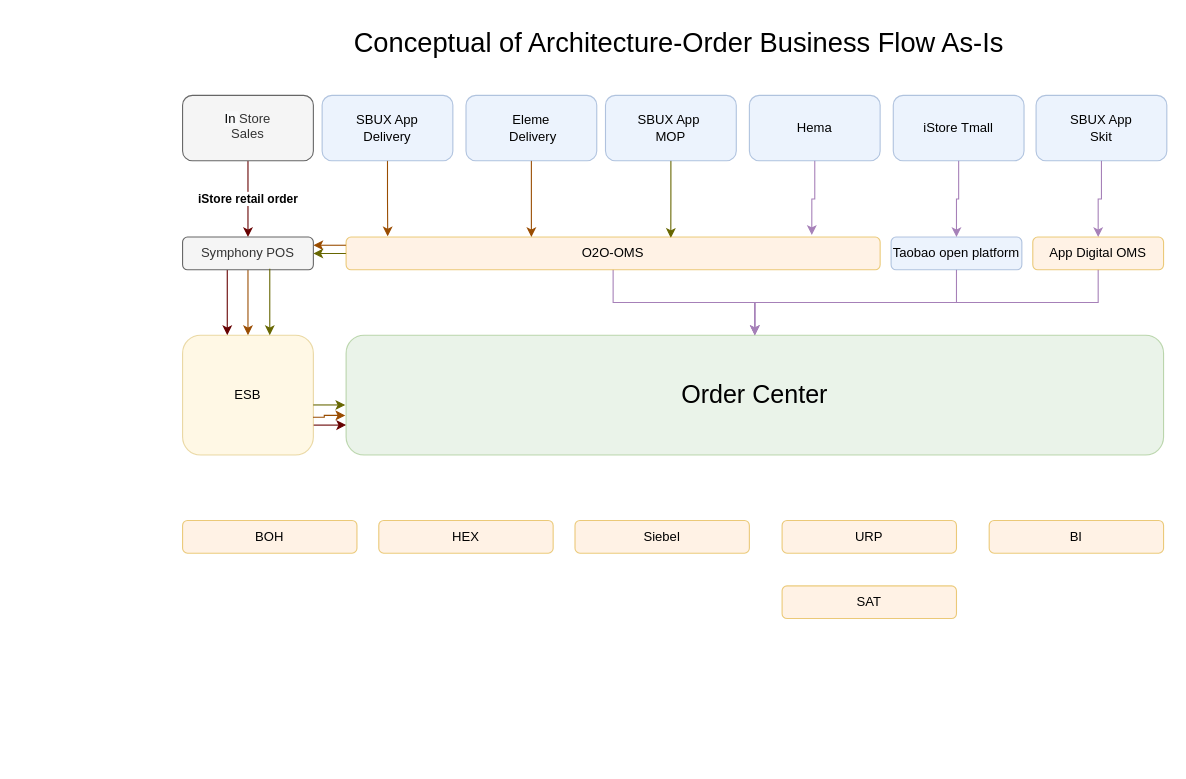
Before: page "B - Order Center" (2 of 5) of Mid Layer Platform Order Business Flow Arch.drawio in sotheair/designs, a draw.io diagram. Source tidied: cells renumbered, new cells numbered last; positions are measured from the earlier drawing's top-left corner, leaving out a move shared by most shapes. Both pictures are drawn from the tidied source at 109%, with x=0, y=0 at pixel (182, 19).
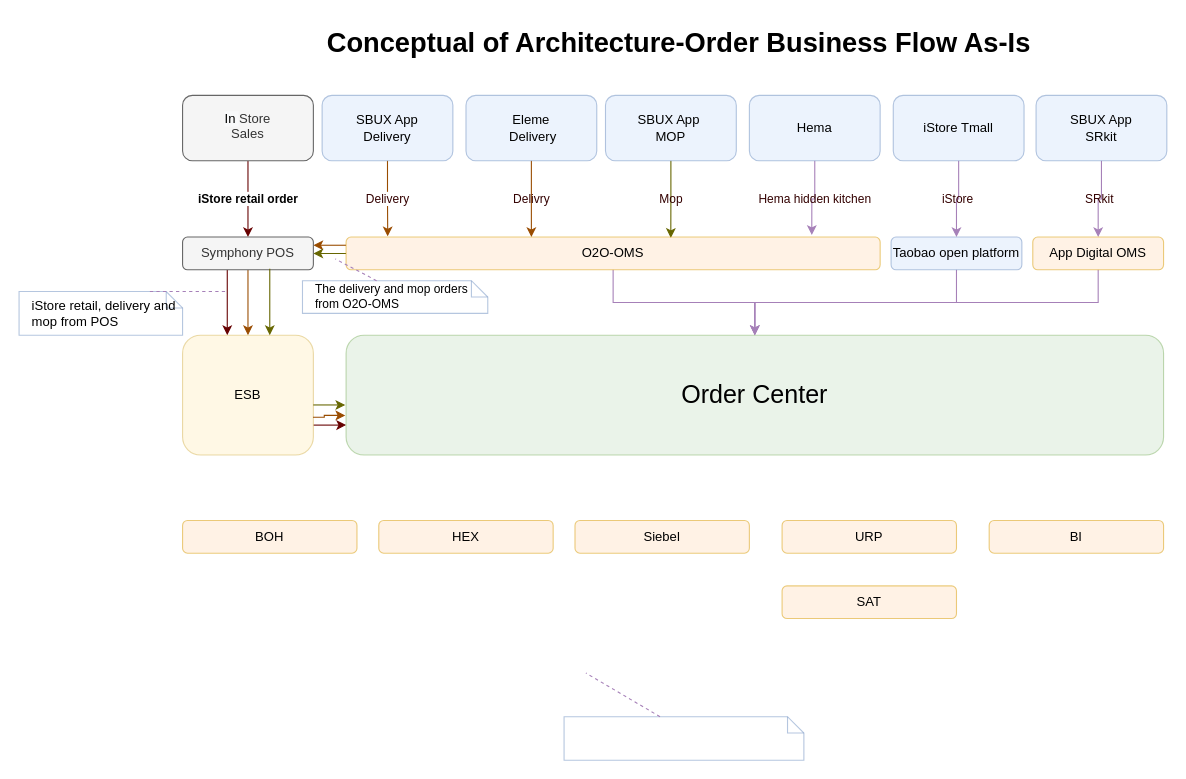
The same page after the edit.

Unchanged cells that the change refers to:
```xml
<mxCell id="3" value="Eleme&lt;br&gt;&amp;nbsp;Delivery" style="rounded=1;whiteSpace=wrap;html=1;fillColor=#dae8fc;strokeColor=#6C8EBF;opacity=50;" parent="1" vertex="1">
  <mxGeometry x="260" y="70" width="120" height="60" as="geometry" />
</mxCell>
<mxCell id="5" value="&lt;span style=&quot;font: 12px / 1.2 &amp;#34;helvetica&amp;#34; ; color: rgb(0 , 0 , 0) ; text-transform: none ; text-indent: 0px ; letter-spacing: normal ; text-decoration: none ; word-spacing: 0px ; display: inline ; white-space: normal ; float: none ; overflow-wrap: normal ; background-color: rgb(248 , 249 , 250)&quot;&gt;In &lt;/span&gt;Store&lt;br&gt;Sales&lt;br&gt;&amp;nbsp;" style="rounded=1;whiteSpace=wrap;html=1;fillColor=#f5f5f5;align=center;verticalAlign=bottom;strokeColor=#666666;fontColor=#333333;" parent="1" vertex="1">
  <mxGeometry y="70" width="120" height="60" as="geometry" />
</mxCell>
<mxCell id="7" value="SBUX App&amp;nbsp;&lt;br&gt;MOP" style="rounded=1;whiteSpace=wrap;html=1;fillColor=#dae8fc;strokeColor=#6C8EBF;opacity=50;" parent="1" vertex="1">
  <mxGeometry x="388" y="70" width="120" height="60" as="geometry" />
</mxCell>
<mxCell id="9" value="SBUX App&lt;br&gt;Delivery" style="rounded=1;whiteSpace=wrap;html=1;fillColor=#dae8fc;strokeColor=#6C8EBF;opacity=50;" parent="1" vertex="1">
  <mxGeometry x="128" y="70" width="120" height="60" as="geometry" />
</mxCell>
<mxCell id="11" value="Hema" style="rounded=1;whiteSpace=wrap;html=1;fillColor=#dae8fc;strokeColor=#6C8EBF;opacity=50;" parent="1" vertex="1">
  <mxGeometry x="520" y="70" width="120" height="60" as="geometry" />
</mxCell>
<mxCell id="13" value="iStore Tmall" style="rounded=1;whiteSpace=wrap;html=1;fillColor=#dae8fc;strokeColor=#6c8ebf;opacity=50;" parent="1" vertex="1">
  <mxGeometry x="652" y="70" width="120" height="60" as="geometry" />
</mxCell>
<mxCell id="20" value="O2O-OMS" style="rounded=1;whiteSpace=wrap;html=1;fillColor=#ffe6cc;strokeColor=#d79b00;opacity=50;" parent="1" vertex="1">
  <mxGeometry x="150" y="200" width="490" height="30" as="geometry" />
</mxCell>
<mxCell id="23" value="Symphony POS" style="rounded=1;whiteSpace=wrap;html=1;fillColor=#f5f5f5;strokeColor=#666666;fontColor=#333333;" parent="1" vertex="1">
  <mxGeometry y="200" width="120" height="30" as="geometry" />
</mxCell>
<mxCell id="29" value="App Digital OMS" style="rounded=1;whiteSpace=wrap;html=1;fillColor=#ffe6cc;strokeColor=#d79b00;opacity=50;" parent="1" vertex="1">
  <mxGeometry x="780" y="200" width="120" height="30" as="geometry" />
</mxCell>
<mxCell id="31" value="Taobao open platform" style="rounded=1;whiteSpace=wrap;html=1;fillColor=#dae8fc;strokeColor=#6C8EBF;opacity=50;" parent="1" vertex="1">
  <mxGeometry x="650" y="200" width="120" height="30" as="geometry" />
</mxCell>
```

What changed in the source:
```diff
@@
-    <mxCell id="2" style="edgeStyle=orthogonalEdgeStyle;rounded=0;jettySize=auto;html=1;labelBackgroundColor=#990000;strokeColor=#994C00;fontColor=#990000;" parent="1" edge="1" source="3" target="20">
+    <mxCell id="2" value="Delivry" style="edgeStyle=orthogonalEdgeStyle;rounded=0;jettySize=auto;html=1;labelBackgroundColor=none;strokeColor=#994C00;fontColor=#330000;" parent="1" edge="1" source="3" target="20">
       <mxGeometry relative="1" as="geometry">
         <Array as="points">
           <mxPoint x="320" y="180" />
           <mxPoint x="320" y="180" />
         </Array>
       </mxGeometry>
     </mxCell>
@@
-    <mxCell id="4" value="iStore retail order" style="edgeStyle=orthogonalEdgeStyle;rounded=0;jettySize=auto;html=1;exitX=0.5;exitY=1;exitDx=0;exitDy=0;fontStyle=1;strokeColor=#660000;" parent="1" edge="1" source="5" target="23">
+    <mxCell id="4" value="&lt;font style=&quot;background-color: transparent&quot;&gt;iStore retail order&lt;/font&gt;" style="edgeStyle=orthogonalEdgeStyle;rounded=0;jettySize=auto;html=1;exitX=0.5;exitY=1;exitDx=0;exitDy=0;fontStyle=1;strokeColor=#660000;" parent="1" edge="1" source="5" target="23">
       <mxGeometry relative="1" as="geometry" />
     </mxCell>
@@
-    <mxCell id="6" style="edgeStyle=orthogonalEdgeStyle;rounded=0;jettySize=auto;html=1;entryX=0.608;entryY=0.027;entryDx=0;entryDy=0;entryPerimeter=0;labelBackgroundColor=#990000;strokeColor=#666600;fontColor=#990000;" parent="1" edge="1" source="7" target="20">
+    <mxCell id="6" value="Mop" style="edgeStyle=orthogonalEdgeStyle;rounded=0;jettySize=auto;html=1;entryX=0.608;entryY=0.027;entryDx=0;entryDy=0;entryPerimeter=0;labelBackgroundColor=none;strokeColor=#666600;fontColor=#330000;" parent="1" edge="1" source="7" target="20">
       <mxGeometry relative="1" as="geometry" />
     </mxCell>
@@
-    <mxCell id="8" style="edgeStyle=orthogonalEdgeStyle;rounded=0;jettySize=auto;html=1;entryX=0.078;entryY=-0.022;entryDx=0;entryDy=0;entryPerimeter=0;labelBackgroundColor=#FFFFFF;strokeColor=#994C00;fontColor=#330000;" parent="1" edge="1" source="9" target="20">
+    <mxCell id="8" value="Delivery" style="edgeStyle=orthogonalEdgeStyle;rounded=0;jettySize=auto;html=1;entryX=0.078;entryY=-0.022;entryDx=0;entryDy=0;entryPerimeter=0;labelBackgroundColor=#FFFFFF;strokeColor=#994C00;fontColor=#330000;" parent="1" edge="1" source="9" target="20">
       <mxGeometry relative="1" as="geometry" />
     </mxCell>
@@
-    <mxCell id="10" style="edgeStyle=orthogonalEdgeStyle;rounded=0;jettySize=auto;html=1;labelBackgroundColor=#990000;strokeColor=#A680B8;fontColor=#990000;entryX=0.872;entryY=-0.063;entryDx=0;entryDy=0;entryPerimeter=0;" parent="1" edge="1" source="11" target="20">
+    <mxCell id="10" value="Hema hidden kitchen" style="edgeStyle=orthogonalEdgeStyle;rounded=0;jettySize=auto;html=1;labelBackgroundColor=none;strokeColor=#A680B8;fontColor=#330000;entryX=0.872;entryY=-0.063;entryDx=0;entryDy=0;entryPerimeter=0;" parent="1" edge="1" source="11" target="20">
       <mxGeometry relative="1" as="geometry" />
     </mxCell>
@@
-    <mxCell id="12" style="edgeStyle=orthogonalEdgeStyle;rounded=0;jettySize=auto;html=1;labelBackgroundColor=#990000;strokeColor=#A680B8;fontColor=#990000;" parent="1" edge="1" source="13" target="31">
+    <mxCell id="12" value="iStore" style="edgeStyle=orthogonalEdgeStyle;rounded=0;jettySize=auto;html=1;labelBackgroundColor=none;strokeColor=#A680B8;fontColor=#330000;" parent="1" edge="1" source="13" target="31">
       <mxGeometry relative="1" as="geometry" />
     </mxCell>
@@
-    <mxCell id="14" style="edgeStyle=orthogonalEdgeStyle;rounded=0;jettySize=auto;html=1;labelBackgroundColor=#990000;strokeColor=#A680B8;fontColor=#990000;" parent="1" edge="1" source="15" target="29">
+    <mxCell id="14" value="SRkit" style="edgeStyle=orthogonalEdgeStyle;rounded=0;jettySize=auto;html=1;labelBackgroundColor=none;strokeColor=#A680B8;fontColor=#330000;" parent="1" edge="1" source="15" target="29">
       <mxGeometry relative="1" as="geometry" />
     </mxCell>
-    <mxCell id="15" value="SBUX App&lt;br&gt;Skit" style="rounded=1;whiteSpace=wrap;html=1;fillColor=#dae8fc;strokeColor=#6C8EBF;opacity=50;" parent="1" vertex="1">
+    <mxCell id="15" value="SBUX App&lt;br&gt;SRkit" style="rounded=1;whiteSpace=wrap;html=1;fillColor=#dae8fc;strokeColor=#6C8EBF;opacity=50;" parent="1" vertex="1">
       <mxGeometry x="783" y="70" width="120" height="60" as="geometry" />
     </mxCell>
-    <mxCell id="16" value="Conceptual of Architecture-Order Business Flow As-Is " style="text;html=1;align=center;fontSize=25;" parent="1" vertex="1">
+    <mxCell id="16" value="&lt;b&gt;Conceptual of Architecture-Order Business Flow As-Is &lt;/b&gt;" style="text;html=1;align=center;fontSize=25;" parent="1" vertex="1">
       <mxGeometry x="30" width="850" height="40" as="geometry" />
     </mxCell>
@@
+    <mxCell id="40" value="The delivery and mop orders&amp;nbsp;&lt;br&gt;from O2O-OMS" style="shape=note;size=15;align=left;spacingLeft=10;html=1;whiteSpace=wrap;strokeColor=#6C8EBF;fillColor=none;fontSize=11;fontColor=none;opacity=50;" parent="1" vertex="1">
+      <mxGeometry x="110" y="240" width="170" height="30" as="geometry" />
+    </mxCell>
+    <mxCell id="41" style="edgeStyle=none;endArrow=none;exitX=0.4;exitY=0;dashed=1;html=1;labelBackgroundColor=none;strokeColor=#A680B8;fontSize=25;fontColor=none;" parent="1" edge="1" source="40">
+      <mxGeometry x="1" relative="1" as="geometry">
+        <mxPoint x="140" y="220" as="targetPoint" />
+      </mxGeometry>
+    </mxCell>
+    <mxCell id="42" value="&amp;nbsp;" style="shape=note;size=15;align=left;spacingLeft=10;html=1;whiteSpace=wrap;strokeColor=#6C8EBF;fillColor=none;fontSize=12;fontColor=none;opacity=50;" parent="1" vertex="1">
+      <mxGeometry x="350" y="640" width="220" height="40" as="geometry" />
+    </mxCell>
+    <mxCell id="43" style="edgeStyle=none;endArrow=none;exitX=0.4;exitY=0;dashed=1;html=1;labelBackgroundColor=none;strokeColor=#A680B8;fontSize=25;fontColor=none;" parent="1" edge="1" source="42">
+      <mxGeometry x="1" relative="1" as="geometry">
+        <mxPoint x="370" y="600" as="targetPoint" />
+      </mxGeometry>
+    </mxCell>
+    <mxCell id="44" value="iStore retail, delivery and mop from POS" style="shape=note;size=15;align=left;spacingLeft=10;html=1;whiteSpace=wrap;strokeColor=#6C8EBF;fillColor=none;fontSize=12;fontColor=none;opacity=50;" parent="1" vertex="1">
+      <mxGeometry x="-150" y="250" width="150" height="40" as="geometry" />
+    </mxCell>
+    <mxCell id="45" style="edgeStyle=none;endArrow=none;exitX=0.8;exitY=0;dashed=1;html=1;labelBackgroundColor=none;strokeColor=#A680B8;fontSize=12;fontColor=none;" parent="1" edge="1" source="44">
+      <mxGeometry x="1" relative="1" as="geometry">
+        <mxPoint x="40" y="250" as="targetPoint" />
+      </mxGeometry>
+    </mxCell>
```
